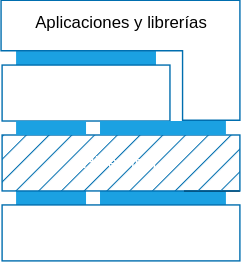
Earlier version of the draw.io export diagrams/Virtualization_Native.svg (ucudal/ANDIS_Conceptos). Source tidied: cells renumbered, new cells last; positions are measured from the earlier drawing's top-left corner, leaving out a move shared by most shapes.
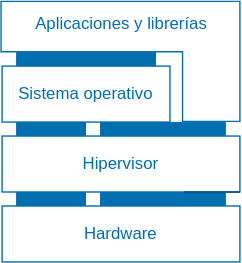
After the change.

Change to the diagram source:
```diff
@@ -2,40 +2,40 @@
   <root>
     <mxCell id="0" />
     <mxCell id="1" parent="0" />
-    <mxCell id="2" style="rounded=0;whiteSpace=wrap;html=1;fillColor=#1ba1e2;fontColor=#ffffff;strokeColor=none;" parent="1" vertex="1">
-      <mxGeometry x="10" y="179" width="50" height="10" as="geometry" />
+    <mxCell id="2" style="rounded=0;whiteSpace=wrap;html=1;fillColor=light-dark(#006EAF,#006EAF);fontColor=light-dark(#006EAF,#006EAF);strokeColor=none;" parent="1" vertex="1">
+      <mxGeometry x="10" y="178.9" width="50" height="10" as="geometry" />
     </mxCell>
-    <mxCell id="3" style="rounded=0;whiteSpace=wrap;html=1;fillColor=#1ba1e2;fontColor=#ffffff;strokeColor=none;" parent="1" vertex="1">
-      <mxGeometry x="70" y="179" width="90" height="10" as="geometry" />
+    <mxCell id="3" style="rounded=0;whiteSpace=wrap;html=1;fillColor=light-dark(#006EAF,#006EAF);fontColor=light-dark(#006EAF,#006EAF);strokeColor=none;" parent="1" vertex="1">
+      <mxGeometry x="70" y="178.9" width="90" height="10" as="geometry" />
     </mxCell>
-    <mxCell id="4" style="rounded=0;whiteSpace=wrap;html=1;fillColor=#1ba1e2;fontColor=#ffffff;strokeColor=none;" parent="1" vertex="1">
+    <mxCell id="4" style="rounded=0;whiteSpace=wrap;html=1;fillColor=light-dark(#006EAF,#006EAF);fontColor=light-dark(#006EAF,#006EAF);strokeColor=none;" parent="1" vertex="1">
       <mxGeometry x="10" y="79" width="100" height="10" as="geometry" />
     </mxCell>
-    <mxCell id="5" value="Hardware" style="rounded=0;whiteSpace=wrap;html=1;fillColor=none;fontColor=light-dark(#FFFFFF,#006EAF);strokeColor=light-dark(#006EAF,#006EAF);" parent="1" vertex="1">
-      <mxGeometry y="189" width="170" height="40" as="geometry" />
+    <mxCell id="5" value="Hardware" style="rounded=0;whiteSpace=wrap;html=1;fillColor=none;fontColor=light-dark(#006EAF,#006EAF);strokeColor=light-dark(#006EAF,#006EAF);" parent="1" vertex="1">
+      <mxGeometry y="188.9" width="170" height="40" as="geometry" />
     </mxCell>
-    <mxCell id="6" value="Sistema operativo" style="rounded=0;whiteSpace=wrap;html=1;fillColor=none;fontColor=light-dark(#FFFFFF,#006EAF);strokeColor=light-dark(#006EAF,#006EAF);" parent="1" vertex="1">
+    <mxCell id="6" value="Sistema operativo" style="rounded=0;whiteSpace=wrap;html=1;fillColor=none;fontColor=light-dark(#006EAF,#006EAF);strokeColor=light-dark(#006EAF,#006EAF);" parent="1" vertex="1">
       <mxGeometry y="89" width="120" height="40" as="geometry" />
     </mxCell>
-    <mxCell id="7" style="endArrow=none;html=1;strokeColor=light-dark(#000000,#006EAF);" parent="1" edge="1">
+    <mxCell id="7" style="endArrow=none;html=1;strokeColor=light-dark(#000000,#006EAF);fontColor=light-dark(#006EAF,#006EAF);" parent="1" edge="1">
       <mxGeometry relative="1" as="geometry">
-        <mxPoint x="130" y="179" as="sourcePoint" />
-        <mxPoint x="170" y="179" as="targetPoint" />
+        <mxPoint x="130" y="178.9" as="sourcePoint" />
+        <mxPoint x="170" y="178.9" as="targetPoint" />
       </mxGeometry>
     </mxCell>
-    <mxCell id="8" style="shape=corner;whiteSpace=wrap;html=1;rotation=90;dx=36;dy=41;fillColor=none;fontColor=#ffffff;strokeColor=light-dark(#006EAF,#006EAF);" parent="1" vertex="1">
+    <mxCell id="8" style="shape=corner;whiteSpace=wrap;html=1;rotation=90;dx=36;dy=41;fillColor=none;fontColor=light-dark(#006EAF,#006EAF);strokeColor=light-dark(#006EAF,#006EAF);" parent="1" vertex="1">
       <mxGeometry x="41.8" y="0.2" width="85.8" height="170.8" as="geometry" />
     </mxCell>
-    <mxCell id="9" value="Hipervisor" style="rounded=0;whiteSpace=wrap;html=1;fillColor=light-dark(#006EAF,#006EAF);fontColor=light-dark(#FFFFFF,#006EAF);strokeColor=light-dark(#006EAF,#006EAF);fillStyle=hatch;" parent="1" vertex="1">
-      <mxGeometry y="139" width="170" height="40" as="geometry" />
+    <mxCell id="9" value="Hipervisor" style="rounded=0;whiteSpace=wrap;html=1;fillColor=none;fontColor=light-dark(#006EAF,#006EAF);strokeColor=light-dark(#006EAF,#006EAF);fillStyle=solid;" parent="1" vertex="1">
+      <mxGeometry y="138.9" width="170" height="40" as="geometry" />
     </mxCell>
-    <mxCell id="10" style="rounded=0;whiteSpace=wrap;html=1;fillColor=#1ba1e2;fontColor=#ffffff;strokeColor=none;" parent="1" vertex="1">
-      <mxGeometry x="10" y="129" width="50" height="10" as="geometry" />
+    <mxCell id="10" style="rounded=0;whiteSpace=wrap;html=1;fillColor=light-dark(#006EAF,#006EAF);fontColor=light-dark(#006EAF,#006EAF);strokeColor=none;" parent="1" vertex="1">
+      <mxGeometry x="10" y="128.9" width="50" height="10" as="geometry" />
     </mxCell>
-    <mxCell id="11" style="rounded=0;whiteSpace=wrap;html=1;fillColor=#1ba1e2;fontColor=#ffffff;strokeColor=none;" parent="1" vertex="1">
-      <mxGeometry x="70" y="129" width="90" height="10" as="geometry" />
+    <mxCell id="11" style="rounded=0;whiteSpace=wrap;html=1;fillColor=light-dark(#006EAF,#006EAF);fontColor=light-dark(#006EAF,#006EAF);strokeColor=none;" parent="1" vertex="1">
+      <mxGeometry x="70" y="128.9" width="90" height="10" as="geometry" />
     </mxCell>
-    <mxCell id="12" value="Aplicaciones y librerías" style="text;html=1;align=center;verticalAlign=middle;strokeColor=none;fillColor=none;fontColor=light-dark(#000000,#006EAF);" parent="1" vertex="1">
+    <mxCell id="12" value="Aplicaciones y librerías" style="text;html=1;align=center;verticalAlign=middle;strokeColor=none;fillColor=none;fontColor=light-dark(#006EAF,#006EAF);" parent="1" vertex="1">
       <mxGeometry x="9.6" y="44" width="150" height="30" as="geometry" />
     </mxCell>
   </root>
```
